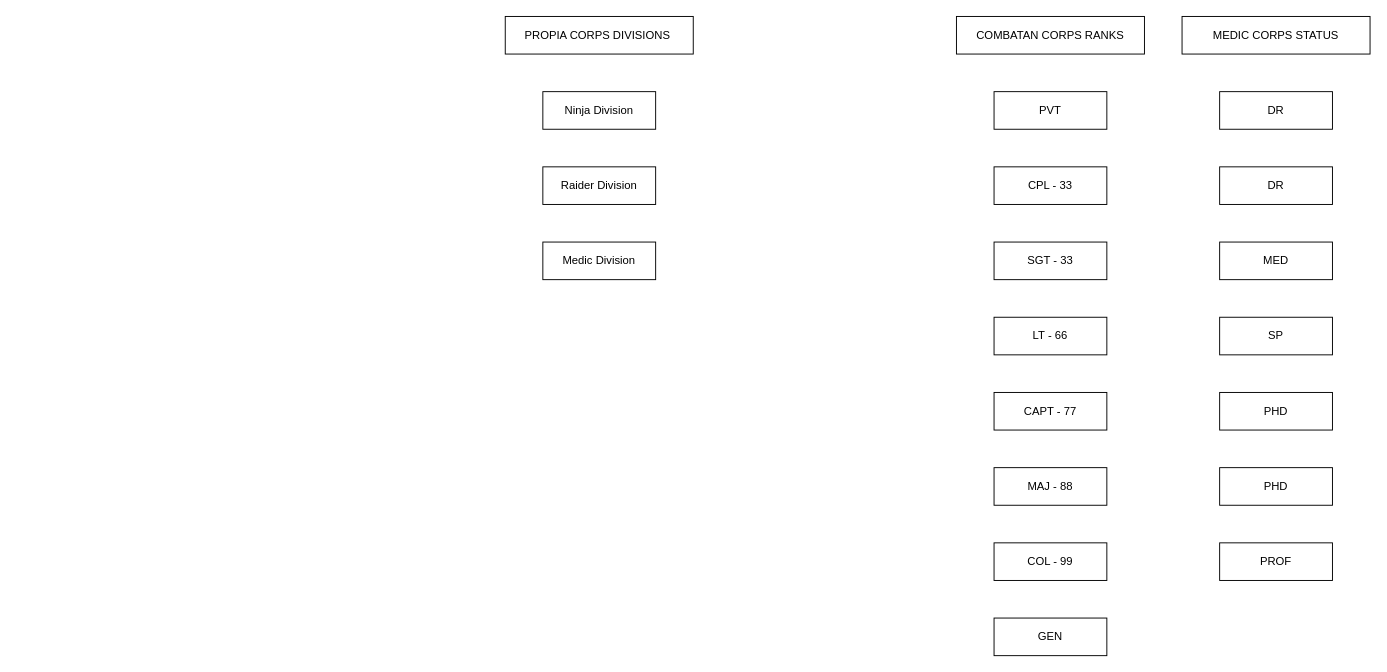
The draw.io diagram Note Project Core/Propia Shelter/Rank Shelter.drawio in maulanaaghnii/propia, before the edit. Source tidied: cells renumbered, new cells numbered last; positions are measured from the earlier drawing's top-left corner, leaving out a move shared by most shapes. Both pictures are drawn from the tidied source at 94%, with x=0, y=0 at pixel (505, 16).
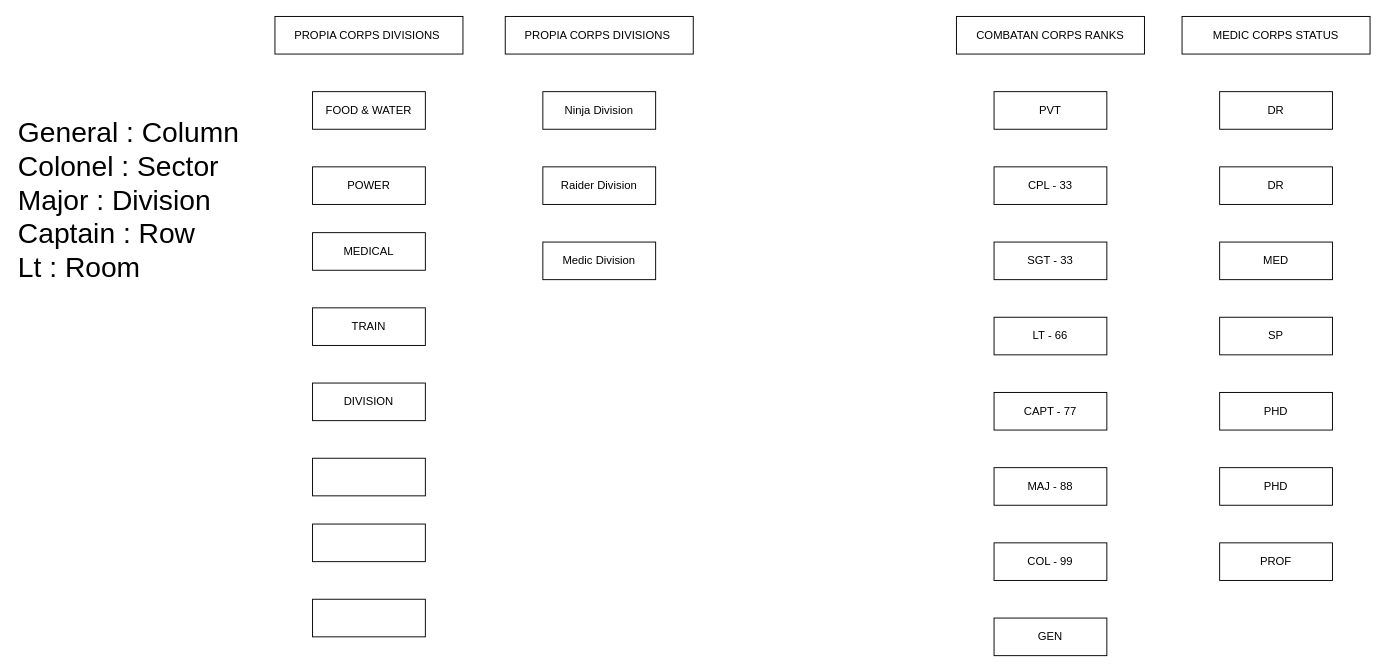
The same diagram, later.

Change to the diagram source:
```diff
@@
+    <mxCell id="23" value="&lt;font style=&quot;font-size: 30px&quot;&gt;General : Column&amp;nbsp;&amp;nbsp;&lt;br&gt;Colonel : Sector&lt;br&gt;Major : Division&lt;br&gt;Captain : Row&amp;nbsp;&lt;br&gt;Lt : Room&lt;br&gt;&lt;/font&gt;" style="text;html=1;strokeColor=none;fillColor=none;align=left;verticalAlign=middle;whiteSpace=wrap;rounded=0;" parent="1" vertex="1">
+      <mxGeometry x="-520" y="50" width="260" height="290" as="geometry" />
+    </mxCell>
+    <mxCell id="24" value="PROPIA CORPS DIVISIONS&amp;nbsp;" style="rounded=0;whiteSpace=wrap;html=1;" parent="1" vertex="1">
+      <mxGeometry x="-245" width="200" height="40" as="geometry" />
+    </mxCell>
+    <mxCell id="25" value="FOOD &amp;amp; WATER" style="rounded=0;whiteSpace=wrap;html=1;" parent="1" vertex="1">
+      <mxGeometry x="-205" y="80" width="120" height="40" as="geometry" />
+    </mxCell>
+    <mxCell id="26" value="POWER" style="rounded=0;whiteSpace=wrap;html=1;" parent="1" vertex="1">
+      <mxGeometry x="-205" y="160" width="120" height="40" as="geometry" />
+    </mxCell>
+    <mxCell id="27" value="MEDICAL" style="rounded=0;whiteSpace=wrap;html=1;" parent="1" vertex="1">
+      <mxGeometry x="-205" y="230" width="120" height="40" as="geometry" />
+    </mxCell>
+    <mxCell id="28" value="TRAIN" style="rounded=0;whiteSpace=wrap;html=1;" parent="1" vertex="1">
+      <mxGeometry x="-205" y="310" width="120" height="40" as="geometry" />
+    </mxCell>
+    <mxCell id="29" value="DIVISION" style="rounded=0;whiteSpace=wrap;html=1;" parent="1" vertex="1">
+      <mxGeometry x="-205" y="390" width="120" height="40" as="geometry" />
+    </mxCell>
+    <mxCell id="30" style="rounded=0;whiteSpace=wrap;html=1;" parent="1" vertex="1">
+      <mxGeometry x="-205" y="470" width="120" height="40" as="geometry" />
+    </mxCell>
+    <mxCell id="31" style="rounded=0;whiteSpace=wrap;html=1;" parent="1" vertex="1">
+      <mxGeometry x="-205" y="540" width="120" height="40" as="geometry" />
+    </mxCell>
+    <mxCell id="32" style="rounded=0;whiteSpace=wrap;html=1;" parent="1" vertex="1">
+      <mxGeometry x="-205" y="620" width="120" height="40" as="geometry" />
+    </mxCell>
```
